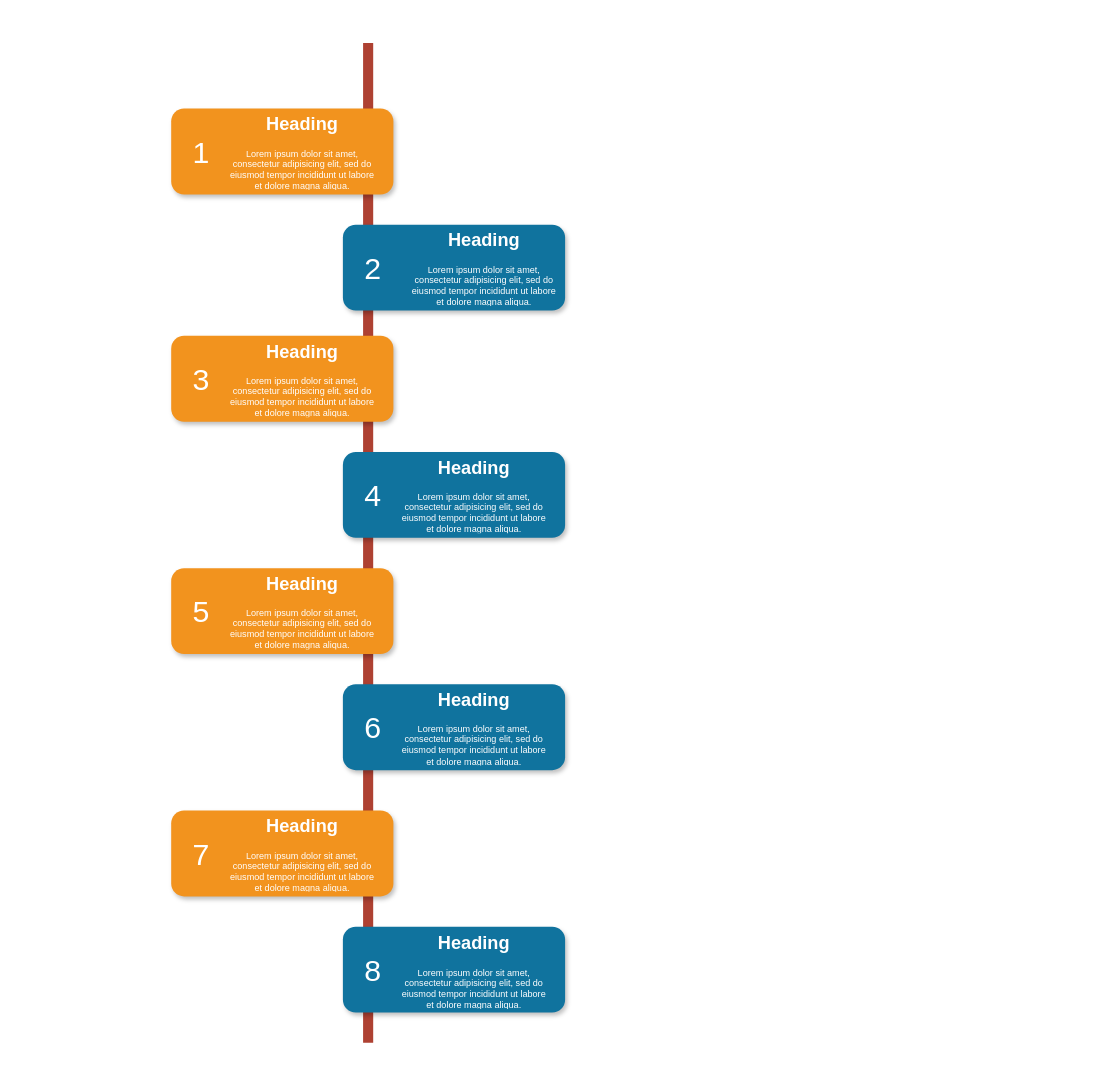
Above: Untitled Diagram.drawio in ady20020/testData (draw.io), before the change. Source tidied: cells renumbered, new cells numbered last; positions are measured from the earlier drawing's top-left corner, leaving out a move shared by most shapes. Both pictures are drawn from the tidied source at 101%, with x=0, y=0 at pixel (171, 42).
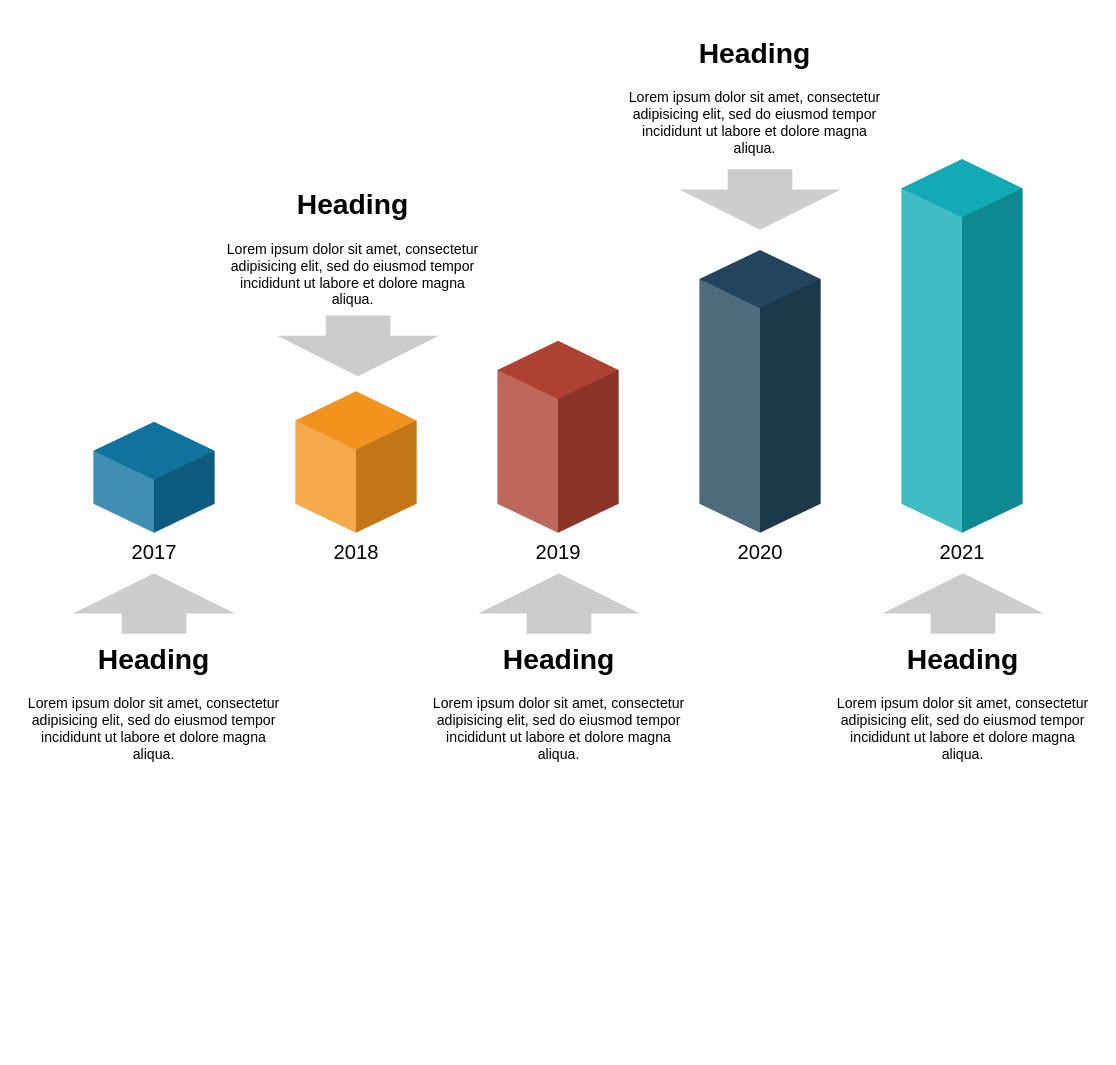
The same diagram, later.

The edit, as a diff of the source:
```diff
@@
-    <mxCell id="2" style="line;strokeWidth=10;direction=south;html=1;fillColor=none;fontSize=13;fontColor=#000000;align=center;strokeColor=#AE4132;" parent="1" vertex="1">
-      <mxGeometry x="190" width="10" height="990" as="geometry" />
-    </mxCell>
-    <mxCell id="3" style="rounded=1;whiteSpace=wrap;html=1;strokeColor=none;strokeWidth=1;fillColor=#F2931E;fontSize=13;fontColor=#FFFFFF;align=center;gradientColor=none;gradientDirection=east;verticalAlign=top;shadow=1;" parent="1" vertex="1">
-      <mxGeometry y="65" width="220" height="85" as="geometry" />
-    </mxCell>
-    <mxCell id="4" value="1" style="text;html=1;strokeColor=none;fillColor=none;align=center;verticalAlign=middle;whiteSpace=wrap;fontSize=30;fontColor=#FFFFFF;" parent="1" vertex="1">
-      <mxGeometry x="10" y="98" width="40" height="20" as="geometry" />
-    </mxCell>
-    <mxCell id="5" style="rounded=1;whiteSpace=wrap;html=1;strokeColor=none;strokeWidth=1;fillColor=#10739E;fontSize=13;fontColor=#FFFFFF;align=center;gradientColor=none;gradientDirection=east;verticalAlign=top;shadow=1;" parent="1" vertex="1">
-      <mxGeometry x="170" y="180" width="220" height="85" as="geometry" />
-    </mxCell>
-    <mxCell id="6" value="2" style="text;html=1;strokeColor=none;fillColor=none;align=center;verticalAlign=middle;whiteSpace=wrap;fontSize=30;fontColor=#FFFFFF;" parent="1" vertex="1">
-      <mxGeometry x="180" y="213" width="40" height="20" as="geometry" />
-    </mxCell>
-    <mxCell id="7" style="rounded=1;whiteSpace=wrap;html=1;strokeColor=none;strokeWidth=1;fillColor=#F2931E;fontSize=13;fontColor=#FFFFFF;align=center;gradientColor=none;gradientDirection=east;verticalAlign=top;shadow=1;" parent="1" vertex="1">
-      <mxGeometry y="290" width="220" height="85" as="geometry" />
-    </mxCell>
-    <mxCell id="8" value="3" style="text;html=1;strokeColor=none;fillColor=none;align=center;verticalAlign=middle;whiteSpace=wrap;fontSize=30;fontColor=#FFFFFF;" parent="1" vertex="1">
-      <mxGeometry x="10" y="323" width="40" height="20" as="geometry" />
-    </mxCell>
-    <mxCell id="9" style="rounded=1;whiteSpace=wrap;html=1;strokeColor=none;strokeWidth=1;fillColor=#10739E;fontSize=13;fontColor=#FFFFFF;align=center;gradientColor=none;gradientDirection=east;verticalAlign=top;shadow=1;" parent="1" vertex="1">
-      <mxGeometry x="170" y="405" width="220" height="85" as="geometry" />
-    </mxCell>
-    <mxCell id="10" value="4" style="text;html=1;strokeColor=none;fillColor=none;align=center;verticalAlign=middle;whiteSpace=wrap;fontSize=30;fontColor=#FFFFFF;" parent="1" vertex="1">
-      <mxGeometry x="180" y="438" width="40" height="20" as="geometry" />
-    </mxCell>
-    <mxCell id="11" style="rounded=1;whiteSpace=wrap;html=1;strokeColor=none;strokeWidth=1;fillColor=#F2931E;fontSize=13;fontColor=#FFFFFF;align=center;gradientColor=none;gradientDirection=east;verticalAlign=top;shadow=1;" parent="1" vertex="1">
-      <mxGeometry y="520" width="220" height="85" as="geometry" />
-    </mxCell>
-    <mxCell id="12" value="5" style="text;html=1;strokeColor=none;fillColor=none;align=center;verticalAlign=middle;whiteSpace=wrap;fontSize=30;fontColor=#FFFFFF;" parent="1" vertex="1">
-      <mxGeometry x="10" y="553" width="40" height="20" as="geometry" />
-    </mxCell>
-    <mxCell id="13" style="rounded=1;whiteSpace=wrap;html=1;strokeColor=none;strokeWidth=1;fillColor=#10739E;fontSize=13;fontColor=#FFFFFF;align=center;gradientColor=none;gradientDirection=east;verticalAlign=top;shadow=1;" parent="1" vertex="1">
-      <mxGeometry x="170" y="635" width="220" height="85" as="geometry" />
-    </mxCell>
-    <mxCell id="14" value="6" style="text;html=1;strokeColor=none;fillColor=none;align=center;verticalAlign=middle;whiteSpace=wrap;fontSize=30;fontColor=#FFFFFF;" parent="1" vertex="1">
-      <mxGeometry x="180" y="668" width="40" height="20" as="geometry" />
-    </mxCell>
-    <mxCell id="15" style="rounded=1;whiteSpace=wrap;html=1;strokeColor=none;strokeWidth=1;fillColor=#F2931E;fontSize=13;fontColor=#FFFFFF;align=center;gradientColor=none;gradientDirection=east;verticalAlign=top;shadow=1;" parent="1" vertex="1">
-      <mxGeometry y="760" width="220" height="85" as="geometry" />
-    </mxCell>
-    <mxCell id="16" value="7" style="text;html=1;strokeColor=none;fillColor=none;align=center;verticalAlign=middle;whiteSpace=wrap;fontSize=30;fontColor=#FFFFFF;" parent="1" vertex="1">
-      <mxGeometry x="10" y="793" width="40" height="20" as="geometry" />
-    </mxCell>
-    <mxCell id="17" style="rounded=1;whiteSpace=wrap;html=1;strokeColor=none;strokeWidth=1;fillColor=#10739E;fontSize=13;fontColor=#FFFFFF;align=center;gradientColor=none;gradientDirection=east;verticalAlign=top;shadow=1;" parent="1" vertex="1">
-      <mxGeometry x="170" y="875" width="220" height="85" as="geometry" />
-    </mxCell>
-    <mxCell id="18" value="8" style="text;html=1;strokeColor=none;fillColor=none;align=center;verticalAlign=middle;whiteSpace=wrap;fontSize=30;fontColor=#FFFFFF;" parent="1" vertex="1">
-      <mxGeometry x="180" y="908" width="40" height="20" as="geometry" />
-    </mxCell>
-    <mxCell id="19" value="&lt;h1&gt;Heading&lt;/h1&gt;&lt;p&gt;Lorem ipsum dolor sit amet, consectetur adipisicing elit, sed do eiusmod tempor incididunt ut labore et dolore magna aliqua.&lt;/p&gt;" style="text;html=1;spacing=5;spacingTop=-20;whiteSpace=wrap;overflow=hidden;strokeColor=none;strokeWidth=4;fillColor=none;gradientColor=#007FFF;fontSize=9;fontColor=#FFFFFF;align=center;" parent="1" vertex="1">
-      <mxGeometry x="50" y="69" width="160" height="77" as="geometry" />
-    </mxCell>
-    <mxCell id="20" value="&lt;h1&gt;Heading&lt;/h1&gt;&lt;p&gt;Lorem ipsum dolor sit amet, consectetur adipisicing elit, sed do eiusmod tempor incididunt ut labore et dolore magna aliqua.&lt;/p&gt;" style="text;html=1;spacing=5;spacingTop=-20;whiteSpace=wrap;overflow=hidden;strokeColor=none;strokeWidth=4;fillColor=none;gradientColor=#007FFF;fontSize=9;fontColor=#FFFFFF;align=center;" parent="1" vertex="1">
-      <mxGeometry x="230" y="184" width="160" height="77" as="geometry" />
-    </mxCell>
-    <mxCell id="21" value="&lt;h1&gt;Heading&lt;/h1&gt;&lt;p&gt;Lorem ipsum dolor sit amet, consectetur adipisicing elit, sed do eiusmod tempor incididunt ut labore et dolore magna aliqua.&lt;/p&gt;" style="text;html=1;spacing=5;spacingTop=-20;whiteSpace=wrap;overflow=hidden;strokeColor=none;strokeWidth=4;fillColor=none;gradientColor=#007FFF;fontSize=9;fontColor=#FFFFFF;align=center;" parent="1" vertex="1">
-      <mxGeometry x="50" y="294" width="160" height="77" as="geometry" />
-    </mxCell>
-    <mxCell id="22" value="&lt;h1&gt;Heading&lt;/h1&gt;&lt;p&gt;Lorem ipsum dolor sit amet, consectetur adipisicing elit, sed do eiusmod tempor incididunt ut labore et dolore magna aliqua.&lt;/p&gt;" style="text;html=1;spacing=5;spacingTop=-20;whiteSpace=wrap;overflow=hidden;strokeColor=none;strokeWidth=4;fillColor=none;gradientColor=#007FFF;fontSize=9;fontColor=#FFFFFF;align=center;" parent="1" vertex="1">
-      <mxGeometry x="220" y="409" width="160" height="77" as="geometry" />
-    </mxCell>
-    <mxCell id="23" value="&lt;h1&gt;Heading&lt;/h1&gt;&lt;p&gt;Lorem ipsum dolor sit amet, consectetur adipisicing elit, sed do eiusmod tempor incididunt ut labore et dolore magna aliqua.&lt;/p&gt;" style="text;html=1;spacing=5;spacingTop=-20;whiteSpace=wrap;overflow=hidden;strokeColor=none;strokeWidth=4;fillColor=none;gradientColor=#007FFF;fontSize=9;fontColor=#FFFFFF;align=center;" parent="1" vertex="1">
-      <mxGeometry x="50" y="524" width="160" height="77" as="geometry" />
-    </mxCell>
-    <mxCell id="24" value="&lt;h1&gt;Heading&lt;/h1&gt;&lt;p&gt;Lorem ipsum dolor sit amet, consectetur adipisicing elit, sed do eiusmod tempor incididunt ut labore et dolore magna aliqua.&lt;/p&gt;" style="text;html=1;spacing=5;spacingTop=-20;whiteSpace=wrap;overflow=hidden;strokeColor=none;strokeWidth=4;fillColor=none;gradientColor=#007FFF;fontSize=9;fontColor=#FFFFFF;align=center;" parent="1" vertex="1">
-      <mxGeometry x="220" y="639" width="160" height="77" as="geometry" />
-    </mxCell>
-    <mxCell id="25" value="&lt;h1&gt;Heading&lt;/h1&gt;&lt;p&gt;Lorem ipsum dolor sit amet, consectetur adipisicing elit, sed do eiusmod tempor incididunt ut labore et dolore magna aliqua.&lt;/p&gt;" style="text;html=1;spacing=5;spacingTop=-20;whiteSpace=wrap;overflow=hidden;strokeColor=none;strokeWidth=4;fillColor=none;gradientColor=#007FFF;fontSize=9;fontColor=#FFFFFF;align=center;" parent="1" vertex="1">
-      <mxGeometry x="50" y="764" width="160" height="77" as="geometry" />
-    </mxCell>
-    <mxCell id="26" value="&lt;h1&gt;Heading&lt;/h1&gt;&lt;p&gt;Lorem ipsum dolor sit amet, consectetur adipisicing elit, sed do eiusmod tempor incididunt ut labore et dolore magna aliqua.&lt;/p&gt;" style="text;html=1;spacing=5;spacingTop=-20;whiteSpace=wrap;overflow=hidden;strokeColor=none;strokeWidth=4;fillColor=none;gradientColor=#007FFF;fontSize=9;fontColor=#FFFFFF;align=center;" parent="1" vertex="1">
-      <mxGeometry x="220" y="880" width="160" height="77" as="geometry" />
-    </mxCell>
+    <mxCell id="27" style="html=1;shadow=0;dashed=0;align=center;verticalAlign=middle;shape=mxgraph.arrows2.arrow;dy=0.6;dx=40;direction=north;notch=0;strokeWidth=2;fillColor=#CCCCCC;fontSize=14;fontColor=#000000;strokeColor=none;" parent="1" vertex="1">
+      <mxGeometry x="-97" y="525" width="160" height="60" as="geometry" />
+    </mxCell>
+    <mxCell id="28" value="2017" style="verticalLabelPosition=bottom;verticalAlign=top;html=1;shape=mxgraph.infographic.shadedCube;isoAngle=15;fillColor=#10739E;strokeColor=none;fontFamily=Helvetica;fontSize=20;align=center;strokeWidth=2;" parent="1" vertex="1">
+      <mxGeometry x="-77" y="375" width="120" height="110" as="geometry" />
+    </mxCell>
+    <mxCell id="29" value="2018" style="verticalLabelPosition=bottom;verticalAlign=top;html=1;shape=mxgraph.infographic.shadedCube;isoAngle=15;fillColor=#F2931E;strokeColor=none;fontFamily=Helvetica;fontSize=20;align=center;strokeWidth=2;" parent="1" vertex="1">
+      <mxGeometry x="123" y="345" width="120" height="140" as="geometry" />
+    </mxCell>
+    <mxCell id="30" value="2019" style="verticalLabelPosition=bottom;verticalAlign=top;html=1;shape=mxgraph.infographic.shadedCube;isoAngle=15;fillColor=#AE4132;strokeColor=none;fontFamily=Helvetica;fontSize=20;align=center;strokeWidth=2;" parent="1" vertex="1">
+      <mxGeometry x="323" y="295" width="120" height="190" as="geometry" />
+    </mxCell>
+    <mxCell id="31" value="2020" style="verticalLabelPosition=bottom;verticalAlign=top;html=1;shape=mxgraph.infographic.shadedCube;isoAngle=15;fillColor=#23445D;strokeColor=none;fontFamily=Helvetica;fontSize=20;align=center;strokeWidth=2;" parent="1" vertex="1">
+      <mxGeometry x="523" y="205" width="120" height="280" as="geometry" />
+    </mxCell>
+    <mxCell id="32" value="2021" style="verticalLabelPosition=bottom;verticalAlign=top;html=1;shape=mxgraph.infographic.shadedCube;isoAngle=15;fillColor=#12AAB5;strokeColor=none;fontFamily=Helvetica;fontSize=20;align=center;strokeWidth=2;" parent="1" vertex="1">
+      <mxGeometry x="723" y="115" width="120" height="370" as="geometry" />
+    </mxCell>
+    <mxCell id="33" value="&lt;h1&gt;Heading&lt;/h1&gt;&lt;p&gt;Lorem ipsum dolor sit amet, consectetur adipisicing elit, sed do eiusmod tempor incididunt ut labore et dolore magna aliqua.&lt;/p&gt;" style="text;html=1;spacing=5;spacingTop=-20;whiteSpace=wrap;overflow=hidden;strokeWidth=2;fillColor=none;gradientColor=none;fontSize=14;align=center;" parent="1" vertex="1">
+      <mxGeometry x="-152" y="585" width="270" height="140" as="geometry" />
+    </mxCell>
+    <mxCell id="34" value="&lt;h1&gt;Heading&lt;/h1&gt;&lt;p&gt;Lorem ipsum dolor sit amet, consectetur adipisicing elit, sed do eiusmod tempor incididunt ut labore et dolore magna aliqua.&lt;/p&gt;" style="text;html=1;spacing=5;spacingTop=-20;whiteSpace=wrap;overflow=hidden;strokeWidth=2;fillColor=none;gradientColor=none;fontSize=14;align=center;" parent="1" vertex="1">
+      <mxGeometry x="45" y="135" width="270" height="140" as="geometry" />
+    </mxCell>
+    <mxCell id="35" value="&lt;h1&gt;Heading&lt;/h1&gt;&lt;p&gt;Lorem ipsum dolor sit amet, consectetur adipisicing elit, sed do eiusmod tempor incididunt ut labore et dolore magna aliqua.&lt;/p&gt;" style="text;html=1;spacing=5;spacingTop=-20;whiteSpace=wrap;overflow=hidden;strokeWidth=2;fillColor=none;gradientColor=none;fontSize=14;align=center;" parent="1" vertex="1">
+      <mxGeometry x="249" y="585" width="270" height="140" as="geometry" />
+    </mxCell>
+    <mxCell id="36" value="&lt;h1&gt;Heading&lt;/h1&gt;&lt;p&gt;Lorem ipsum dolor sit amet, consectetur adipisicing elit, sed do eiusmod tempor incididunt ut labore et dolore magna aliqua.&lt;/p&gt;" style="text;html=1;spacing=5;spacingTop=-20;whiteSpace=wrap;overflow=hidden;strokeWidth=2;fillColor=none;gradientColor=none;fontSize=14;align=center;" parent="1" vertex="1">
+      <mxGeometry x="649" y="585" width="270" height="140" as="geometry" />
+    </mxCell>
+    <mxCell id="37" value="&lt;h1&gt;Heading&lt;/h1&gt;&lt;p&gt;Lorem ipsum dolor sit amet, consectetur adipisicing elit, sed do eiusmod tempor incididunt ut labore et dolore magna aliqua.&lt;/p&gt;" style="text;html=1;spacing=5;spacingTop=-20;whiteSpace=wrap;overflow=hidden;strokeWidth=2;fillColor=none;gradientColor=none;fontSize=14;align=center;" parent="1" vertex="1">
+      <mxGeometry x="443" y="-15" width="270" height="140" as="geometry" />
+    </mxCell>
+    <mxCell id="38" style="html=1;shadow=0;dashed=0;align=center;verticalAlign=middle;shape=mxgraph.arrows2.arrow;dy=0.6;dx=40;direction=north;notch=0;strokeWidth=2;fillColor=#CCCCCC;fontSize=14;fontColor=#000000;strokeColor=none;" parent="1" vertex="1">
+      <mxGeometry x="304" y="525" width="160" height="60" as="geometry" />
+    </mxCell>
+    <mxCell id="39" style="html=1;shadow=0;dashed=0;align=center;verticalAlign=middle;shape=mxgraph.arrows2.arrow;dy=0.6;dx=40;direction=north;notch=0;strokeWidth=2;fillColor=#CCCCCC;fontSize=14;fontColor=#000000;strokeColor=none;" parent="1" vertex="1">
+      <mxGeometry x="704" y="525" width="160" height="60" as="geometry" />
+    </mxCell>
+    <mxCell id="40" style="html=1;shadow=0;dashed=0;align=center;verticalAlign=middle;shape=mxgraph.arrows2.arrow;dy=0.6;dx=40;direction=north;notch=0;strokeWidth=2;fillColor=#CCCCCC;fontSize=14;fontColor=#000000;strokeColor=none;flipV=1;" parent="1" vertex="1">
+      <mxGeometry x="105" y="270" width="160" height="60" as="geometry" />
+    </mxCell>
+    <mxCell id="41" style="html=1;shadow=0;dashed=0;align=center;verticalAlign=middle;shape=mxgraph.arrows2.arrow;dy=0.6;dx=40;direction=north;notch=0;strokeWidth=2;fillColor=#CCCCCC;fontSize=14;fontColor=#000000;strokeColor=none;flipV=1;" parent="1" vertex="1">
+      <mxGeometry x="503" y="125" width="160" height="60" as="geometry" />
+    </mxCell>
```
